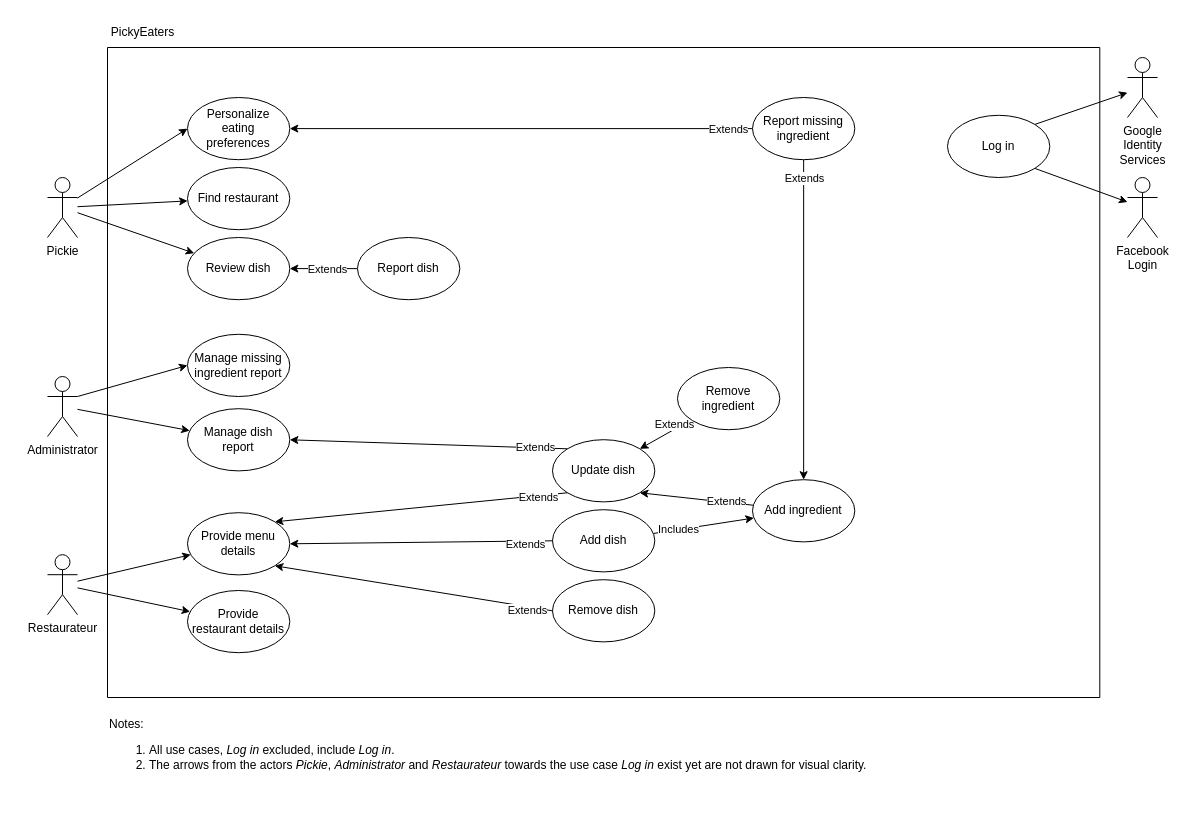
This is 1 Software Requirement Specification/Use Case Diagram - Falessi.drawio from CristianaGiustiniani/ProgettoISPW, a draw.io file, before an edit. Source tidied: cells renumbered, new cells numbered last; positions are measured from the earlier drawing's top-left corner, leaving out a move shared by most shapes. Both pictures are drawn from the tidied source at 100%, with x=0, y=0 at pixel (47, 17).
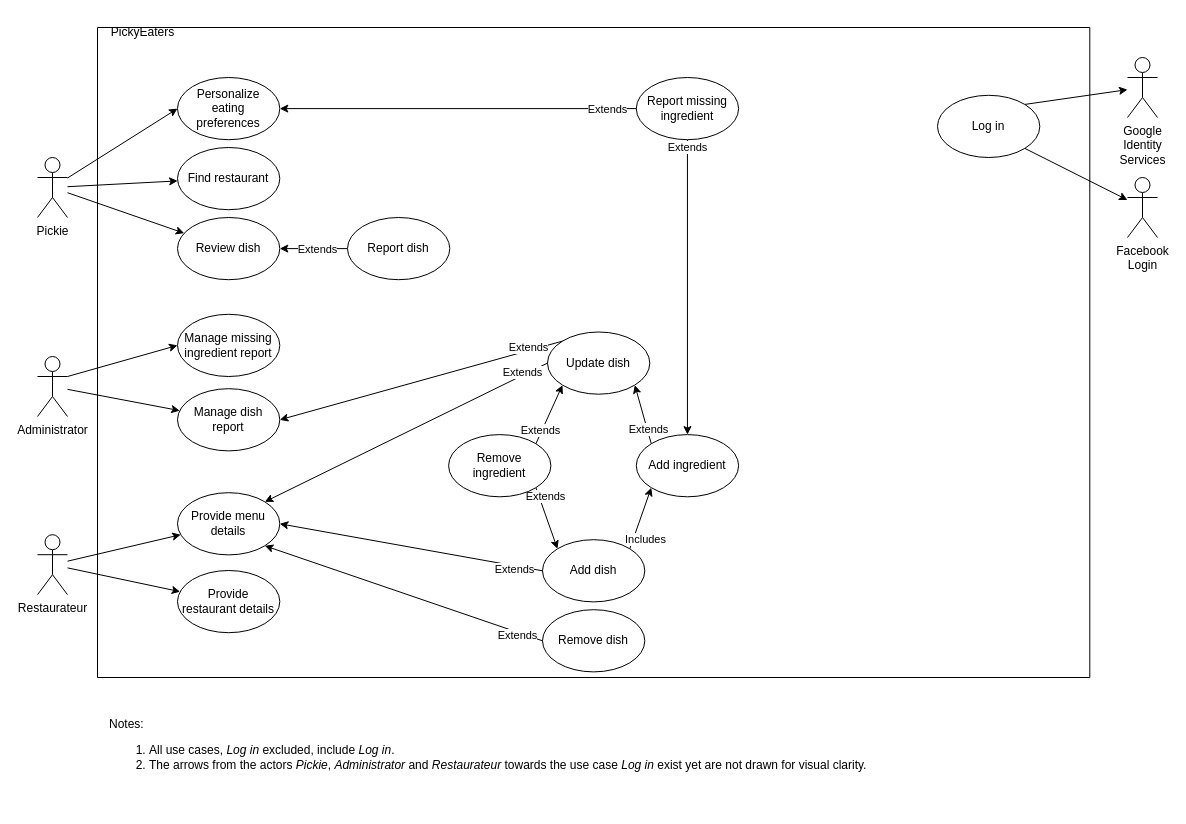
Above is the later version.

Commit message (it also covers changes not shown here):
Modificati UC Diagram e documentazione SRS; modificate relazioni fra UCs in UC Diagram; aggiornato UC Diagram nella documentazione SRS

Unchanged cells that the change refers to:
```xml
<mxCell id="22" style="edgeStyle=orthogonalEdgeStyle;rounded=0;jettySize=auto;html=1;entryX=0.5;entryY=0;entryDx=0;entryDy=0;exitX=0.5;exitY=1;exitDx=0;exitDy=0;" parent="3" edge="1" source="29" target="24">
  <mxGeometry relative="1" as="geometry" />
</mxCell>
<mxCell id="27" style="rounded=0;jettySize=auto;html=1;entryX=1;entryY=0.5;entryDx=0;entryDy=0;exitX=0;exitY=0;exitDx=0;exitDy=0;" parent="3" edge="1" source="16" target="26">
  <mxGeometry relative="1" as="geometry" />
</mxCell>
<mxCell id="37" style="rounded=0;jettySize=auto;html=1;entryX=1;entryY=0.5;entryDx=0;entryDy=0;exitX=0;exitY=0.5;exitDx=0;exitDy=0;" parent="3" edge="1" source="29" target="36">
  <mxGeometry relative="1" as="geometry" />
</mxCell>
<mxCell id="43" value="Provide menu details" style="ellipse;whiteSpace=wrap;html=1;" parent="3" vertex="1">
  <mxGeometry x="80" y="465.2" width="102.3" height="62.2" as="geometry" />
</mxCell>
```

Change to the diagram source:
```diff
@@
     <mxCell id="3" style="swimlane;startSize=0;" parent="1" vertex="1">
-      <mxGeometry x="60" y="30" width="992.3" height="650" as="geometry" />
+      <mxGeometry x="50" y="10" width="992.3" height="650" as="geometry" />
     </mxCell>
@@
     <mxCell id="12" value="Remove dish" style="ellipse;whiteSpace=wrap;html=1;" parent="3" vertex="1">
-      <mxGeometry x="445" y="532.2" width="102.3" height="62.2" as="geometry" />
+      <mxGeometry x="445" y="582.2" width="102.3" height="62.2" as="geometry" />
     </mxCell>
-    <mxCell id="13" style="rounded=0;jettySize=auto;html=1;" parent="3" edge="1" source="15" target="24">
+    <mxCell id="13" style="rounded=0;jettySize=auto;html=1;entryX=0;entryY=1;entryDx=0;entryDy=0;exitX=1;exitY=0;exitDx=0;exitDy=0;" parent="3" edge="1" source="15" target="24">
       <mxGeometry relative="1" as="geometry" />
     </mxCell>
     <mxCell id="14" value="Includes" style="edgeLabel;html=1;align=center;verticalAlign=middle;" parent="13" vertex="1">
       <mxGeometry x="0.47" y="-1" relative="1" as="geometry">
-        <mxPoint x="-50" y="6" as="offset" />
+        <mxPoint x="-2" y="35" as="offset" />
       </mxGeometry>
     </mxCell>
     <mxCell id="15" value="Add dish" style="ellipse;whiteSpace=wrap;html=1;" parent="3" vertex="1">
-      <mxGeometry x="445" y="462.2" width="102.3" height="62.2" as="geometry" />
+      <mxGeometry x="445" y="512.2" width="102.3" height="62.2" as="geometry" />
     </mxCell>
     <mxCell id="16" value="Update dish" style="ellipse;whiteSpace=wrap;html=1;" parent="3" vertex="1">
-      <mxGeometry x="445" y="392.2" width="102.3" height="62.2" as="geometry" />
+      <mxGeometry x="450" y="304.5" width="102.3" height="62.2" as="geometry" />
     </mxCell>
-    <mxCell id="17" style="rounded=0;jettySize=auto;html=1;entryX=1;entryY=0;entryDx=0;entryDy=0;" parent="3" edge="1" source="19" target="16">
+    <mxCell id="17" style="rounded=0;jettySize=auto;html=1;exitX=1;exitY=0;exitDx=0;exitDy=0;entryX=0;entryY=1;entryDx=0;entryDy=0;" parent="3" edge="1" source="19" target="16">
       <mxGeometry relative="1" as="geometry" />
     </mxCell>
     <mxCell id="18" value="Extends" style="edgeLabel;html=1;align=center;verticalAlign=middle;" parent="17" vertex="1">
       <mxGeometry x="-0.73" relative="1" as="geometry">
-        <mxPoint x="-10" as="offset" />
+        <mxPoint y="-6" as="offset" />
       </mxGeometry>
     </mxCell>
+    <mxCell id="54" style="rounded=0;jettySize=auto;html=1;exitX=1;exitY=1;exitDx=0;exitDy=0;entryX=0;entryY=0;entryDx=0;entryDy=0;" parent="3" edge="1" source="19" target="15">
+      <mxGeometry relative="1" as="geometry" />
+    </mxCell>
+    <mxCell id="55" value="Extends" style="edgeLabel;html=1;align=center;verticalAlign=middle;" parent="54" vertex="1">
+      <mxGeometry x="-0.4" y="-1" relative="1" as="geometry">
+        <mxPoint x="4" y="-10" as="offset" />
+      </mxGeometry>
+    </mxCell>
     <mxCell id="19" value="Remove ingredient" style="ellipse;whiteSpace=wrap;html=1;" parent="3" vertex="1">
-      <mxGeometry x="570" y="320" width="102.3" height="62.2" as="geometry" />
+      <mxGeometry x="351.1" y="407.1" width="102.3" height="62.2" as="geometry" />
     </mxCell>
-    <mxCell id="20" style="rounded=0;jettySize=auto;html=1;entryX=1;entryY=1;entryDx=0;entryDy=0;" parent="3" edge="1" source="24" target="16">
+    <mxCell id="20" style="rounded=0;jettySize=auto;html=1;entryX=1;entryY=1;entryDx=0;entryDy=0;exitX=0;exitY=0;exitDx=0;exitDy=0;" parent="3" edge="1" source="24" target="16">
       <mxGeometry relative="1" as="geometry" />
     </mxCell>
@@
     <mxCell id="23" value="Extends" style="edgeLabel;html=1;align=center;verticalAlign=middle;" parent="22" vertex="1">
       <mxGeometry x="-0.7" y="-1" relative="1" as="geometry">
-        <mxPoint x="1" y="-30" as="offset" />
+        <mxPoint x="1" y="-37" as="offset" />
       </mxGeometry>
     </mxCell>
     <mxCell id="24" value="Add ingredient" style="ellipse;whiteSpace=wrap;html=1;" parent="3" vertex="1">
-      <mxGeometry x="645" y="432.2" width="102.3" height="62.2" as="geometry" />
+      <mxGeometry x="538.8" y="407.1" width="102.3" height="62.2" as="geometry" />
     </mxCell>
@@
     <mxCell id="28" value="Extends" style="edgeLabel;html=1;align=center;verticalAlign=middle;" parent="27" vertex="1">
-      <mxGeometry x="-0.76" y="-1" relative="1" as="geometry" />
+      <mxGeometry x="-0.76" y="-1" relative="1" as="geometry">
+        <mxPoint y="-3" as="offset" />
+      </mxGeometry>
     </mxCell>
     <mxCell id="29" value="Report missing ingredient" style="ellipse;whiteSpace=wrap;html=1;" parent="3" vertex="1">
-      <mxGeometry x="645" y="50" width="102.3" height="62.2" as="geometry" />
+      <mxGeometry x="538.8" y="50" width="102.3" height="62.2" as="geometry" />
     </mxCell>
@@
-    <mxCell id="32" style="rounded=0;jettySize=auto;html=1;entryX=1;entryY=0;entryDx=0;entryDy=0;exitX=0;exitY=1;exitDx=0;exitDy=0;" parent="3" edge="1" source="16" target="43">
+    <mxCell id="32" style="rounded=0;jettySize=auto;html=1;entryX=1;entryY=0;entryDx=0;entryDy=0;exitX=0;exitY=0.5;exitDx=0;exitDy=0;" parent="3" edge="1" source="16" target="43">
       <mxGeometry relative="1" as="geometry" />
     </mxCell>
     <mxCell id="33" value="Extends" style="edgeLabel;html=1;align=center;verticalAlign=middle;" parent="32" vertex="1">
       <mxGeometry x="-0.7" relative="1" as="geometry">
-        <mxPoint x="14" as="offset" />
+        <mxPoint x="17" y="-12" as="offset" />
       </mxGeometry>
     </mxCell>
@@
     <mxCell id="38" value="Extends" style="edgeLabel;html=1;align=center;verticalAlign=middle;" parent="37" vertex="1">
       <mxGeometry x="-0.5" y="2" relative="1" as="geometry">
-        <mxPoint x="91" y="-2" as="offset" />
+        <mxPoint x="60" y="-2" as="offset" />
       </mxGeometry>
     </mxCell>
```
